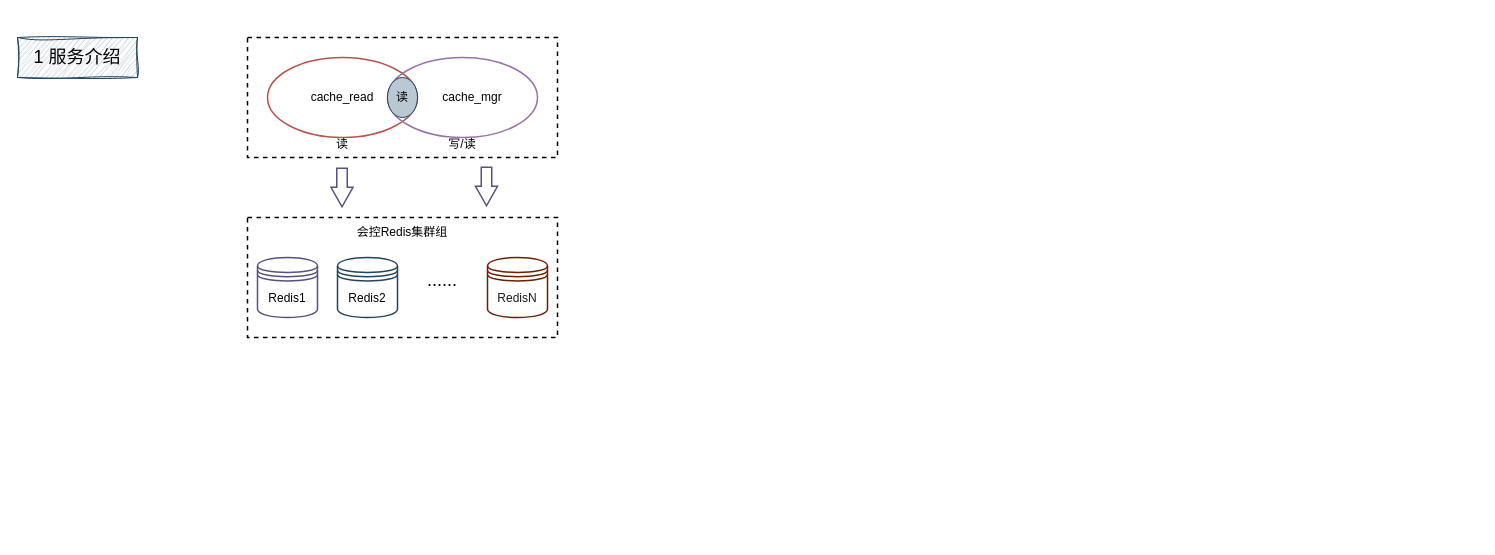
Earlier version of the draw.io diagram base/cache架构.drawio (melonshell/draw.io). Source tidied: cells renumbered, new cells numbered last; positions are measured from the earlier drawing's top-left corner, leaving out a move shared by most shapes. Both pictures are drawn from the tidied source at 100%, with x=0, y=0 at pixel (17, 37).
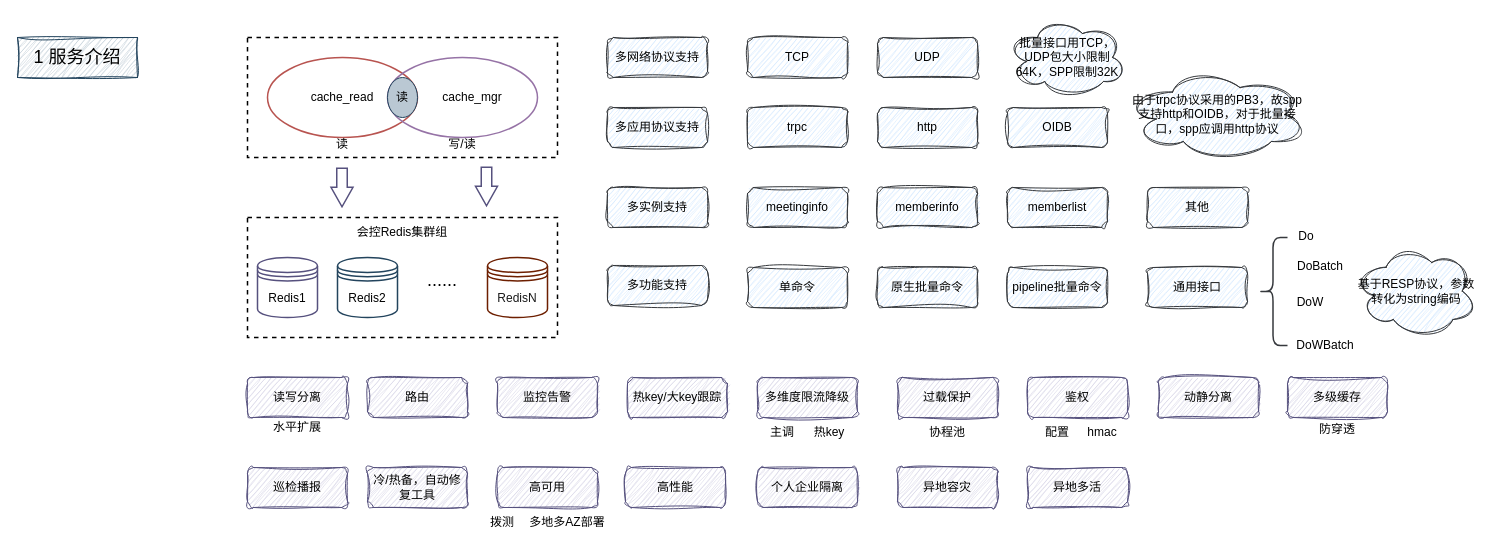
After the change.

Diff of the diagram source:
```diff
@@
+    <mxCell id="19" value="多网络协议支持" style="rounded=1;whiteSpace=wrap;html=1;fillColor=#cce5ff;strokeColor=#36393d;sketch=1;curveFitting=1;jiggle=2;" parent="1" vertex="1">
+      <mxGeometry x="590" width="100" height="40" as="geometry" />
+    </mxCell>
+    <mxCell id="20" value="TCP" style="rounded=1;whiteSpace=wrap;html=1;fillColor=#cce5ff;strokeColor=#36393d;sketch=1;curveFitting=1;jiggle=2;" parent="1" vertex="1">
+      <mxGeometry x="730" width="100" height="40" as="geometry" />
+    </mxCell>
+    <mxCell id="21" value="UDP" style="rounded=1;whiteSpace=wrap;html=1;fillColor=#cce5ff;strokeColor=#36393d;sketch=1;curveFitting=1;jiggle=2;" parent="1" vertex="1">
+      <mxGeometry x="860" width="100" height="40" as="geometry" />
+    </mxCell>
+    <mxCell id="22" value="多应用协议支持" style="rounded=1;whiteSpace=wrap;html=1;fillColor=#cce5ff;strokeColor=#36393d;sketch=1;curveFitting=1;jiggle=2;" parent="1" vertex="1">
+      <mxGeometry x="590" y="70" width="100" height="40" as="geometry" />
+    </mxCell>
+    <mxCell id="23" value="trpc" style="rounded=1;whiteSpace=wrap;html=1;fillColor=#cce5ff;strokeColor=#36393d;sketch=1;curveFitting=1;jiggle=2;" parent="1" vertex="1">
+      <mxGeometry x="730" y="70" width="100" height="40" as="geometry" />
+    </mxCell>
+    <mxCell id="24" value="http" style="rounded=1;whiteSpace=wrap;html=1;fillColor=#cce5ff;strokeColor=#36393d;sketch=1;curveFitting=1;jiggle=2;" parent="1" vertex="1">
+      <mxGeometry x="860" y="70" width="100" height="40" as="geometry" />
+    </mxCell>
+    <mxCell id="25" value="OIDB" style="rounded=1;whiteSpace=wrap;html=1;fillColor=#cce5ff;strokeColor=#36393d;sketch=1;curveFitting=1;jiggle=2;" parent="1" vertex="1">
+      <mxGeometry x="990" y="70" width="100" height="40" as="geometry" />
+    </mxCell>
+    <mxCell id="26" value="批量接口用TCP，UDP包大小限制64K，SPP限制32K" style="ellipse;shape=cloud;whiteSpace=wrap;html=1;fillColor=#cce5ff;strokeColor=#36393d;sketch=1;curveFitting=1;jiggle=2;" parent="1" vertex="1">
+      <mxGeometry x="990" y="-20" width="120" height="80" as="geometry" />
+    </mxCell>
+    <mxCell id="27" value="由于trpc协议采用的PB3，故spp支持http和OIDB，对于批量接口，spp应调用http协议" style="ellipse;shape=cloud;whiteSpace=wrap;html=1;fillColor=#cce5ff;strokeColor=#36393d;sketch=1;curveFitting=1;jiggle=2;" parent="1" vertex="1">
+      <mxGeometry x="1110" y="32" width="180" height="90" as="geometry" />
+    </mxCell>
+    <mxCell id="28" value="多实例支持" style="rounded=1;whiteSpace=wrap;html=1;fillColor=#cce5ff;strokeColor=#36393d;sketch=1;curveFitting=1;jiggle=2;" parent="1" vertex="1">
+      <mxGeometry x="590" y="150" width="100" height="40" as="geometry" />
+    </mxCell>
+    <mxCell id="29" value="meetinginfo" style="rounded=1;whiteSpace=wrap;html=1;fillColor=#cce5ff;strokeColor=#36393d;sketch=1;curveFitting=1;jiggle=2;" parent="1" vertex="1">
+      <mxGeometry x="730" y="150" width="100" height="40" as="geometry" />
+    </mxCell>
+    <mxCell id="30" value="memberinfo" style="rounded=1;whiteSpace=wrap;html=1;fillColor=#cce5ff;strokeColor=#36393d;sketch=1;curveFitting=1;jiggle=2;" parent="1" vertex="1">
+      <mxGeometry x="860" y="150" width="100" height="40" as="geometry" />
+    </mxCell>
+    <mxCell id="31" value="memberlist" style="rounded=1;whiteSpace=wrap;html=1;fillColor=#cce5ff;strokeColor=#36393d;sketch=1;curveFitting=1;jiggle=2;" parent="1" vertex="1">
+      <mxGeometry x="990" y="150" width="100" height="40" as="geometry" />
+    </mxCell>
+    <mxCell id="32" value="其他" style="rounded=1;whiteSpace=wrap;html=1;fillColor=#cce5ff;strokeColor=#36393d;sketch=1;curveFitting=1;jiggle=2;" parent="1" vertex="1">
+      <mxGeometry x="1130" y="150" width="100" height="40" as="geometry" />
+    </mxCell>
+    <mxCell id="33" value="多功能支持" style="rounded=1;whiteSpace=wrap;html=1;fillColor=#cce5ff;strokeColor=#36393d;sketch=1;curveFitting=1;jiggle=2;" parent="1" vertex="1">
+      <mxGeometry x="590" y="228" width="100" height="40" as="geometry" />
+    </mxCell>
+    <mxCell id="34" value="单命令" style="rounded=1;whiteSpace=wrap;html=1;fillColor=#cce5ff;strokeColor=#36393d;sketch=1;curveFitting=1;jiggle=2;" parent="1" vertex="1">
+      <mxGeometry x="730" y="230" width="100" height="40" as="geometry" />
+    </mxCell>
+    <mxCell id="35" value="原生批量命令" style="rounded=1;whiteSpace=wrap;html=1;fillColor=#cce5ff;strokeColor=#36393d;sketch=1;curveFitting=1;jiggle=2;" parent="1" vertex="1">
+      <mxGeometry x="860" y="230" width="100" height="40" as="geometry" />
+    </mxCell>
+    <mxCell id="36" value="pipeline批量命令" style="rounded=1;whiteSpace=wrap;html=1;fillColor=#cce5ff;strokeColor=#36393d;sketch=1;curveFitting=1;jiggle=2;" parent="1" vertex="1">
+      <mxGeometry x="990" y="230" width="100" height="40" as="geometry" />
+    </mxCell>
+    <mxCell id="37" value="读写分离" style="rounded=1;whiteSpace=wrap;html=1;fillColor=#d0cee2;strokeColor=#56517e;sketch=1;curveFitting=1;jiggle=2;" parent="1" vertex="1">
+      <mxGeometry x="230" y="340" width="100" height="40" as="geometry" />
+    </mxCell>
+    <mxCell id="38" value="路由" style="rounded=1;whiteSpace=wrap;html=1;fillColor=#d0cee2;strokeColor=#56517e;sketch=1;curveFitting=1;jiggle=2;" parent="1" vertex="1">
+      <mxGeometry x="350" y="340" width="100" height="40" as="geometry" />
+    </mxCell>
+    <mxCell id="39" value="水平扩展" style="rounded=0;whiteSpace=wrap;html=1;fillColor=none;strokeColor=none;" parent="1" vertex="1">
+      <mxGeometry x="245" y="375" width="70" height="30" as="geometry" />
+    </mxCell>
+    <mxCell id="40" value="监控告警" style="rounded=1;whiteSpace=wrap;html=1;fillColor=#d0cee2;strokeColor=#56517e;sketch=1;curveFitting=1;jiggle=2;" parent="1" vertex="1">
+      <mxGeometry x="480" y="340" width="100" height="40" as="geometry" />
+    </mxCell>
+    <mxCell id="41" value="热key/大key跟踪" style="rounded=1;whiteSpace=wrap;html=1;fillColor=#d0cee2;strokeColor=#56517e;sketch=1;curveFitting=1;jiggle=2;" parent="1" vertex="1">
+      <mxGeometry x="610" y="340" width="100" height="40" as="geometry" />
+    </mxCell>
+    <mxCell id="42" value="多维度限流降级" style="rounded=1;whiteSpace=wrap;html=1;fillColor=#d0cee2;strokeColor=#56517e;sketch=1;curveFitting=1;jiggle=2;" parent="1" vertex="1">
+      <mxGeometry x="740" y="340" width="100" height="40" as="geometry" />
+    </mxCell>
+    <mxCell id="43" value="主调" style="rounded=0;whiteSpace=wrap;html=1;fillColor=none;strokeColor=none;" parent="1" vertex="1">
+      <mxGeometry x="730" y="380" width="70" height="30" as="geometry" />
+    </mxCell>
+    <mxCell id="44" value="热key" style="rounded=0;whiteSpace=wrap;html=1;fillColor=none;strokeColor=none;" parent="1" vertex="1">
+      <mxGeometry x="777" y="380" width="70" height="30" as="geometry" />
+    </mxCell>
+    <mxCell id="45" value="过载保护" style="rounded=1;whiteSpace=wrap;html=1;fillColor=#d0cee2;strokeColor=#56517e;sketch=1;curveFitting=1;jiggle=2;" parent="1" vertex="1">
+      <mxGeometry x="880" y="340" width="100" height="40" as="geometry" />
+    </mxCell>
+    <mxCell id="46" value="协程池" style="rounded=0;whiteSpace=wrap;html=1;fillColor=none;strokeColor=none;" parent="1" vertex="1">
+      <mxGeometry x="895" y="380" width="70" height="30" as="geometry" />
+    </mxCell>
+    <mxCell id="47" value="鉴权" style="rounded=1;whiteSpace=wrap;html=1;fillColor=#d0cee2;strokeColor=#56517e;sketch=1;curveFitting=1;jiggle=2;" parent="1" vertex="1">
+      <mxGeometry x="1010" y="340" width="100" height="40" as="geometry" />
+    </mxCell>
+    <mxCell id="48" value="配置" style="rounded=0;whiteSpace=wrap;html=1;fillColor=none;strokeColor=none;" parent="1" vertex="1">
+      <mxGeometry x="1005" y="380" width="70" height="30" as="geometry" />
+    </mxCell>
+    <mxCell id="49" value="hmac" style="rounded=0;whiteSpace=wrap;html=1;fillColor=none;strokeColor=none;" parent="1" vertex="1">
+      <mxGeometry x="1050" y="380" width="70" height="30" as="geometry" />
+    </mxCell>
+    <mxCell id="50" value="动静分离" style="rounded=1;whiteSpace=wrap;html=1;fillColor=#d0cee2;strokeColor=#56517e;sketch=1;curveFitting=1;jiggle=2;" parent="1" vertex="1">
+      <mxGeometry x="1141" y="340" width="100" height="40" as="geometry" />
+    </mxCell>
+    <mxCell id="51" value="多级缓存" style="rounded=1;whiteSpace=wrap;html=1;fillColor=#d0cee2;strokeColor=#56517e;sketch=1;curveFitting=1;jiggle=2;" parent="1" vertex="1">
+      <mxGeometry x="1270" y="340" width="100" height="40" as="geometry" />
+    </mxCell>
+    <mxCell id="52" value="防穿透" style="rounded=0;whiteSpace=wrap;html=1;fillColor=none;strokeColor=none;" parent="1" vertex="1">
+      <mxGeometry x="1285" y="377" width="70" height="30" as="geometry" />
+    </mxCell>
+    <mxCell id="53" value="高可用" style="rounded=1;whiteSpace=wrap;html=1;fillColor=#d0cee2;strokeColor=#56517e;sketch=1;curveFitting=1;jiggle=2;" parent="1" vertex="1">
+      <mxGeometry x="480" y="430" width="100" height="40" as="geometry" />
+    </mxCell>
+    <mxCell id="54" value="高性能" style="rounded=1;whiteSpace=wrap;html=1;fillColor=#d0cee2;strokeColor=#56517e;sketch=1;curveFitting=1;jiggle=2;" parent="1" vertex="1">
+      <mxGeometry x="608" y="430" width="100" height="40" as="geometry" />
+    </mxCell>
+    <mxCell id="55" value="冷/热备，自动修复工具" style="rounded=1;whiteSpace=wrap;html=1;fillColor=#d0cee2;strokeColor=#56517e;sketch=1;curveFitting=1;jiggle=2;" parent="1" vertex="1">
+      <mxGeometry x="350" y="430" width="100" height="40" as="geometry" />
+    </mxCell>
+    <mxCell id="56" value="巡检播报" style="rounded=1;whiteSpace=wrap;html=1;fillColor=#d0cee2;strokeColor=#56517e;sketch=1;curveFitting=1;jiggle=2;" parent="1" vertex="1">
+      <mxGeometry x="230" y="430" width="100" height="40" as="geometry" />
+    </mxCell>
+    <mxCell id="57" value="异地容灾" style="rounded=1;whiteSpace=wrap;html=1;fillColor=#d0cee2;strokeColor=#56517e;sketch=1;curveFitting=1;jiggle=2;" parent="1" vertex="1">
+      <mxGeometry x="880" y="430" width="100" height="40" as="geometry" />
+    </mxCell>
+    <mxCell id="58" value="异地多活" style="rounded=1;whiteSpace=wrap;html=1;fillColor=#d0cee2;strokeColor=#56517e;sketch=1;curveFitting=1;jiggle=2;" parent="1" vertex="1">
+      <mxGeometry x="1010" y="430" width="100" height="40" as="geometry" />
+    </mxCell>
+    <mxCell id="59" value="个人企业隔离" style="rounded=1;whiteSpace=wrap;html=1;fillColor=#d0cee2;strokeColor=#56517e;sketch=1;curveFitting=1;jiggle=2;" parent="1" vertex="1">
+      <mxGeometry x="740" y="430" width="100" height="40" as="geometry" />
+    </mxCell>
+    <mxCell id="60" value="拨测" style="rounded=0;whiteSpace=wrap;html=1;fillColor=none;strokeColor=none;" parent="1" vertex="1">
+      <mxGeometry x="450" y="470" width="70" height="30" as="geometry" />
+    </mxCell>
+    <mxCell id="61" value="多地多AZ部署" style="rounded=0;whiteSpace=wrap;html=1;fillColor=none;strokeColor=none;" parent="1" vertex="1">
+      <mxGeometry x="500" y="470" width="100" height="30" as="geometry" />
+    </mxCell>
+    <mxCell id="62" value="通用接口" style="rounded=1;whiteSpace=wrap;html=1;fillColor=#cce5ff;strokeColor=#36393d;sketch=1;curveFitting=1;jiggle=2;" parent="1" vertex="1">
+      <mxGeometry x="1130" y="230" width="100" height="40" as="geometry" />
+    </mxCell>
+    <mxCell id="63" style="shape=curlyBracket;whiteSpace=wrap;html=1;rounded=1;labelPosition=left;verticalLabelPosition=middle;align=right;verticalAlign=middle;strokeWidth=1.5;fillColor=#cce5ff;strokeColor=#36393d;" parent="1" vertex="1">
+      <mxGeometry x="1241" y="200" width="29" height="108" as="geometry" />
+    </mxCell>
+    <mxCell id="64" value="Do" style="rounded=0;whiteSpace=wrap;html=1;fillColor=none;strokeColor=none;" parent="1" vertex="1">
+      <mxGeometry x="1254" y="184" width="70" height="30" as="geometry" />
+    </mxCell>
+    <mxCell id="65" value="DoBatch" style="rounded=0;whiteSpace=wrap;html=1;fillColor=none;strokeColor=none;" parent="1" vertex="1">
+      <mxGeometry x="1268" y="214" width="70" height="30" as="geometry" />
+    </mxCell>
+    <mxCell id="66" value="DoW" style="rounded=0;whiteSpace=wrap;html=1;fillColor=none;strokeColor=none;" parent="1" vertex="1">
+      <mxGeometry x="1258" y="250" width="70" height="30" as="geometry" />
+    </mxCell>
+    <mxCell id="67" value="DoWBatch" style="rounded=0;whiteSpace=wrap;html=1;fillColor=none;strokeColor=none;" parent="1" vertex="1">
+      <mxGeometry x="1273" y="293" width="70" height="30" as="geometry" />
+    </mxCell>
+    <mxCell id="68" value="基于RESP协议，参数转化为string编码" style="ellipse;shape=cloud;whiteSpace=wrap;html=1;fillColor=#cce5ff;strokeColor=#36393d;sketch=1;curveFitting=1;jiggle=2;" parent="1" vertex="1">
+      <mxGeometry x="1338" y="206" width="122" height="95" as="geometry" />
+    </mxCell>
```
